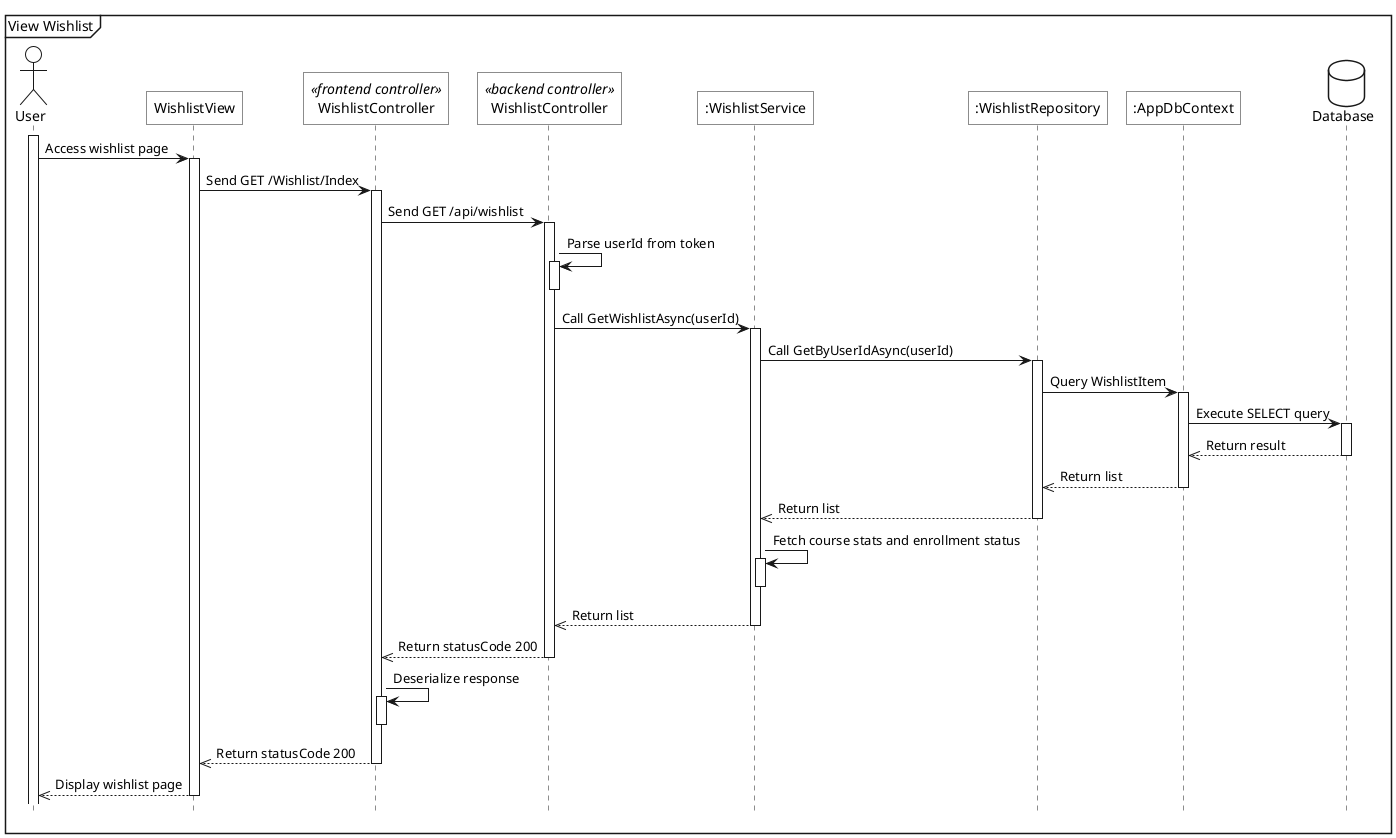
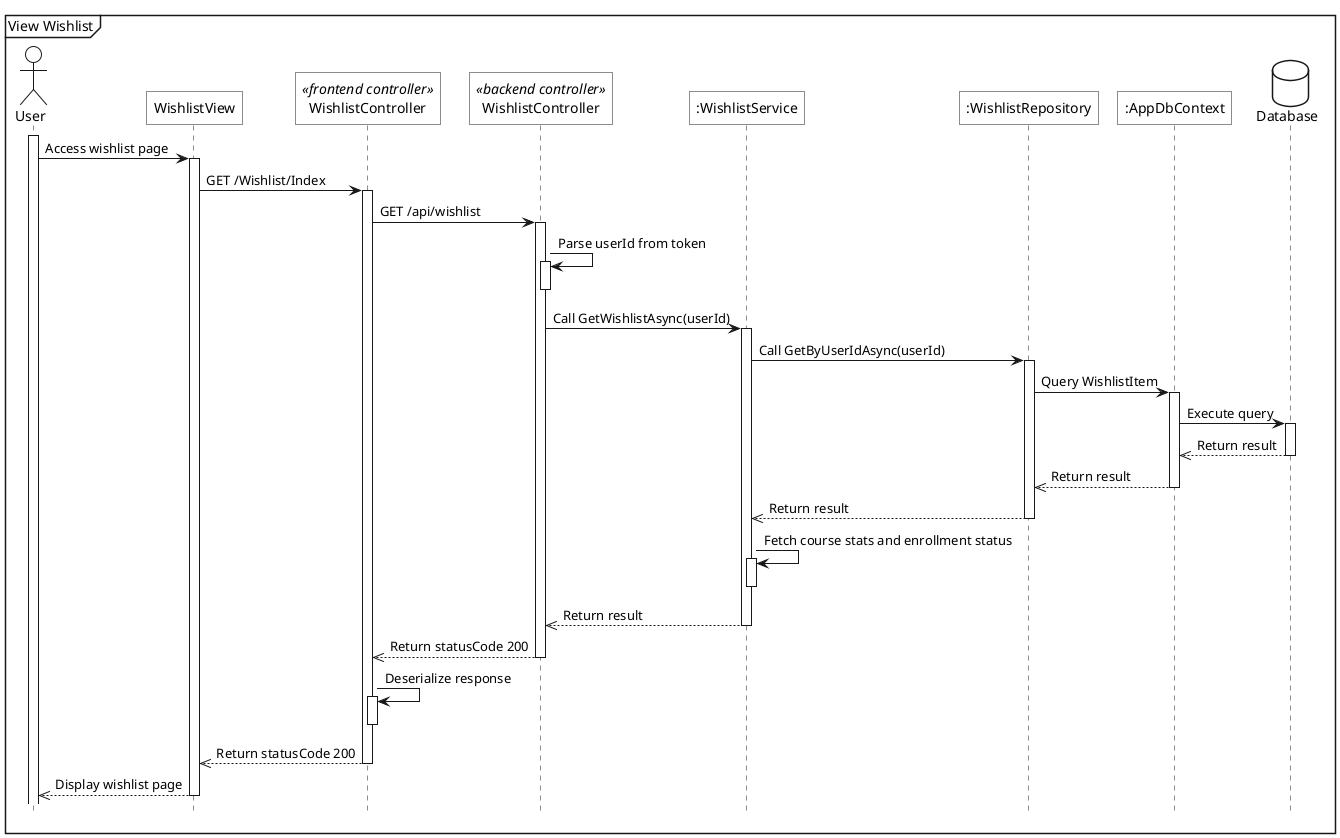
@startuml
<style>
    sequenceDiagram{
        actor{
            BackgroundColor white
            LineThickness 1.0
        }
        participant{
            BackgroundColor white
            RoundCorner 0
        }
        database{
            BackgroundColor white
        }
        groupHeader{
            BackgroundColor white
        }
        referenceHeader{
            BackgroundColor white
        }
        reference{
            BackgroundColor white
        }
    }
</style>

hide footbox

mainframe View Wishlist
actor User as act

participant "WishlistView" as view
participant "WishlistController" as fe_ctrl <<frontend controller>>
participant "WishlistController" as be_ctrl <<backend controller>>
participant ":WishlistService" as sv
participant ":WishlistRepository" as w_repo
participant ":AppDbContext" as ctx
database Database as db

act++
act->view++: Access wishlist page
- view->fe_ctrl++: Send GET /Wishlist/Index
+ view->fe_ctrl++: GET /Wishlist/Index

- fe_ctrl->be_ctrl++: Send GET /api/wishlist
+ fe_ctrl->be_ctrl++: GET /api/wishlist

be_ctrl->be_ctrl++: Parse userId from token
be_ctrl--

be_ctrl->sv++: Call GetWishlistAsync(userId)

sv->w_repo++: Call GetByUserIdAsync(userId)
w_repo->ctx++: Query WishlistItem
- ctx->db++: Execute SELECT query
+ ctx->db++: Execute query
db-->>ctx--: Return result
- ctx-->>w_repo--: Return list
- w_repo-->>sv--: Return list
+ ctx-->>w_repo--: Return result
+ w_repo-->>sv--: Return result

sv->sv++: Fetch course stats and enrollment status
sv--

- sv-->>be_ctrl--: Return list
+ sv-->>be_ctrl--: Return result
be_ctrl-->>fe_ctrl--: Return statusCode 200

fe_ctrl->fe_ctrl++: Deserialize response
fe_ctrl--

fe_ctrl-->>view--: Return statusCode 200
view-->>act--: Display wishlist page
@enduml
